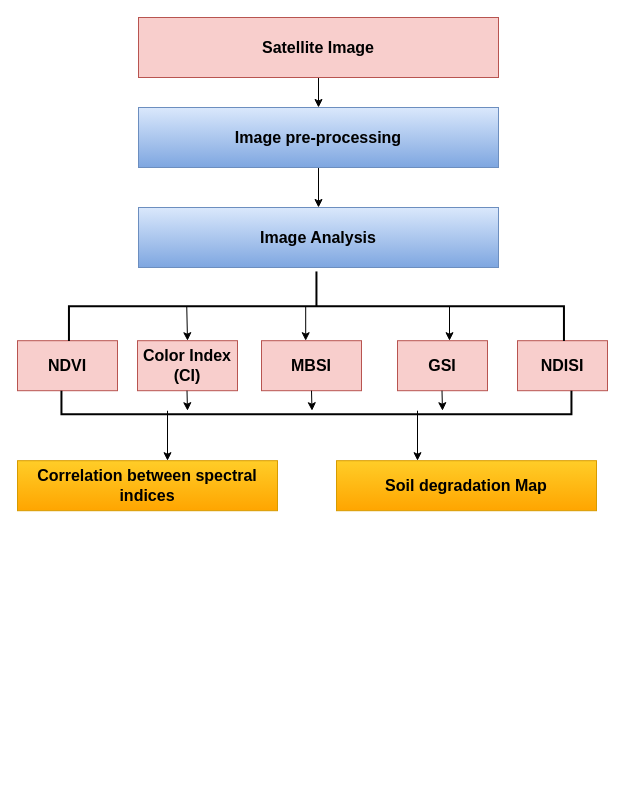
This is Objective2N.drawio from yemioke/PRISMA2020, a draw.io file, before an edit. Source tidied: cells renumbered, new cells numbered last; positions are measured from the earlier drawing's top-left corner, leaving out a move shared by most shapes. Both pictures are drawn from the tidied source at 100%, with x=0, y=0 at pixel (17, 17).
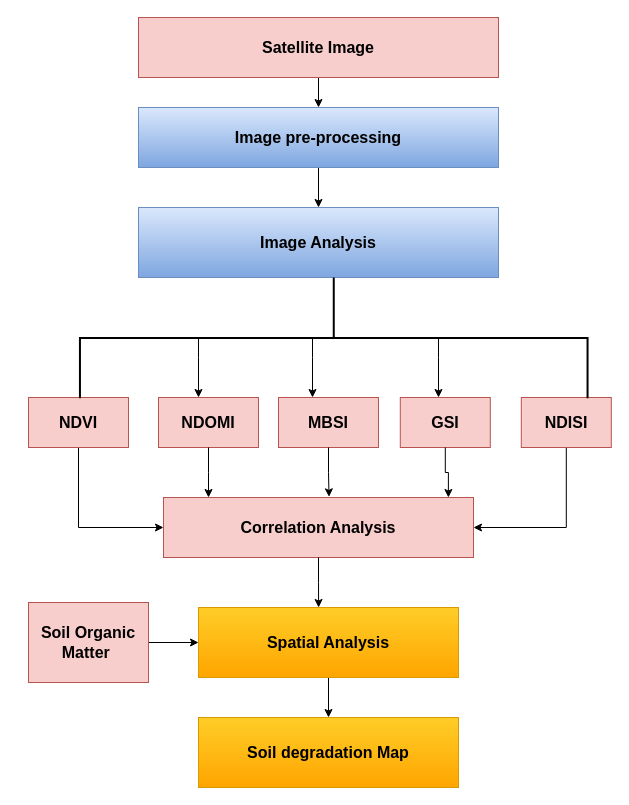
The same diagram, later.

What changed in the source:
```diff
@@
     <mxCell id="6" value="&lt;font style=&quot;font-size: 16px;&quot;&gt;&lt;b&gt;Image Analysis&lt;/b&gt;&lt;/font&gt;" style="rounded=0;whiteSpace=wrap;html=1;fillColor=#dae8fc;strokeColor=#6c8ebf;gradientColor=#7ea6e0;" parent="1" vertex="1">
-      <mxGeometry x="121" y="190" width="360" height="60" as="geometry" />
+      <mxGeometry x="121" y="190" width="360" height="70" as="geometry" />
     </mxCell>
-    <mxCell id="7" value="&lt;font style=&quot;font-size: 16px;&quot;&gt;&lt;b&gt;Color Index (CI)&lt;/b&gt;&lt;/font&gt;" style="rounded=0;whiteSpace=wrap;html=1;fillColor=#f8cecc;strokeColor=#b85450;" parent="1" vertex="1">
-      <mxGeometry x="120" y="323.2" width="100" height="50" as="geometry" />
+    <mxCell id="7" value="&lt;span style=&quot;font-size: 16px;&quot;&gt;&lt;b&gt;NDOMI&lt;/b&gt;&lt;/span&gt;" style="rounded=0;whiteSpace=wrap;html=1;fillColor=#f8cecc;strokeColor=#b85450;" parent="1" vertex="1">
+      <mxGeometry x="141" y="380" width="100" height="50" as="geometry" />
     </mxCell>
+    <mxCell id="24" style="edgeStyle=orthogonalEdgeStyle;rounded=0;jettySize=auto;html=1;exitX=0.5;exitY=1;exitDx=0;exitDy=0;entryX=0;entryY=0.5;entryDx=0;entryDy=0;" parent="1" edge="1" source="8" target="27">
+      <mxGeometry relative="1" as="geometry" />
+    </mxCell>
     <mxCell id="8" value="&lt;font style=&quot;font-size: 16px;&quot;&gt;&lt;b&gt;NDVI&lt;/b&gt;&lt;/font&gt;" style="rounded=0;whiteSpace=wrap;html=1;fillColor=#f8cecc;strokeColor=#b85450;" parent="1" vertex="1">
-      <mxGeometry y="323.2" width="100" height="50" as="geometry" />
+      <mxGeometry x="11" y="380" width="100" height="50" as="geometry" />
     </mxCell>
     <mxCell id="9" value="&lt;font style=&quot;font-size: 16px;&quot;&gt;&lt;b&gt;GSI&lt;/b&gt;&lt;/font&gt;" style="rounded=0;whiteSpace=wrap;html=1;fillColor=#f8cecc;strokeColor=#b85450;" parent="1" vertex="1">
-      <mxGeometry x="380" y="323.2" width="90" height="50" as="geometry" />
+      <mxGeometry x="382.8" y="380" width="90" height="50" as="geometry" />
     </mxCell>
     <mxCell id="10" value="&lt;font style=&quot;font-size: 16px;&quot;&gt;&lt;b&gt;MBSI&lt;/b&gt;&lt;/font&gt;" style="rounded=0;whiteSpace=wrap;html=1;fillColor=#f8cecc;strokeColor=#b85450;" parent="1" vertex="1">
-      <mxGeometry x="244" y="323.2" width="100" height="50" as="geometry" />
+      <mxGeometry x="261" y="380" width="100" height="50" as="geometry" />
     </mxCell>
+    <mxCell id="25" style="edgeStyle=orthogonalEdgeStyle;rounded=0;jettySize=auto;html=1;exitX=0.5;exitY=1;exitDx=0;exitDy=0;entryX=1;entryY=0.5;entryDx=0;entryDy=0;" parent="1" edge="1" source="11" target="27">
+      <mxGeometry relative="1" as="geometry">
+        <Array as="points">
+          <mxPoint x="549" y="510" />
+        </Array>
+      </mxGeometry>
+    </mxCell>
     <mxCell id="11" value="&lt;font style=&quot;font-size: 16px;&quot;&gt;&lt;b&gt;NDISI&lt;/b&gt;&lt;/font&gt;" style="rounded=0;whiteSpace=wrap;html=1;fillColor=#f8cecc;strokeColor=#b85450;" parent="1" vertex="1">
-      <mxGeometry x="500" y="323.2" width="90" height="50" as="geometry" />
+      <mxGeometry x="503.8" y="380" width="90" height="50" as="geometry" />
     </mxCell>
+    <mxCell id="26" style="edgeStyle=orthogonalEdgeStyle;rounded=0;jettySize=auto;html=1;exitX=0.5;exitY=1;exitDx=0;exitDy=0;" parent="1" edge="1" source="12" target="13">
+      <mxGeometry relative="1" as="geometry" />
+    </mxCell>
-    <mxCell id="12" value="&lt;font style=&quot;font-size: 16px;&quot;&gt;&lt;b&gt;Correlation between spectral indices&lt;/b&gt;&lt;/font&gt;" style="rounded=0;whiteSpace=wrap;html=1;fillColor=#ffcd28;strokeColor=#d79b00;gradientColor=#ffa500;" parent="1" vertex="1">
-      <mxGeometry y="443.2" width="260" height="50" as="geometry" />
+    <mxCell id="12" value="&lt;span style=&quot;font-size: 16px;&quot;&gt;&lt;b&gt;Spatial Analysis&lt;/b&gt;&lt;/span&gt;" style="rounded=0;whiteSpace=wrap;html=1;fillColor=#ffcd28;strokeColor=#d79b00;gradientColor=#ffa500;" parent="1" vertex="1">
+      <mxGeometry x="181" y="590" width="260" height="70" as="geometry" />
     </mxCell>
     <mxCell id="13" value="&lt;font style=&quot;font-size: 16px;&quot;&gt;&lt;b&gt;Soil degradation Map&lt;/b&gt;&lt;/font&gt;" style="rounded=0;whiteSpace=wrap;html=1;fillColor=#ffcd28;strokeColor=#d79b00;gradientColor=#ffa500;" parent="1" vertex="1">
-      <mxGeometry x="319" y="443.2" width="260" height="50" as="geometry" />
+      <mxGeometry x="181" y="700" width="260" height="70" as="geometry" />
     </mxCell>
     <mxCell id="14" style="strokeWidth=2;html=1;shape=mxgraph.flowchart.annotation_2;align=left;labelPosition=right;rotation=90;" parent="1" vertex="1">
-      <mxGeometry x="264.2" y="41.2" width="69.5" height="495" as="geometry" />
+      <mxGeometry x="255.9" y="66.6" width="120.7" height="507.6" as="geometry" />
     </mxCell>
-    <mxCell id="15" style="edgeStyle=orthogonalEdgeStyle;rounded=0;jettySize=auto;html=1;exitX=0.509;exitY=0.762;exitDx=0;exitDy=0;exitPerimeter=0;" parent="1" edge="1" source="14">
-      <mxGeometry relative="1" as="geometry">
-        <mxPoint x="170" y="323.2" as="targetPoint" />
-      </mxGeometry>
-    </mxCell>
-    <mxCell id="16" style="strokeWidth=2;html=1;shape=mxgraph.flowchart.annotation_1;align=left;rotation=-90;" parent="1" vertex="1">
-      <mxGeometry x="287.2" y="130" width="23.5" height="510" as="geometry" />
-    </mxCell>
-    <mxCell id="17" style="edgeStyle=orthogonalEdgeStyle;rounded=0;orthogonalLoop=1;jettySize=auto;html=1;exitX=0.5;exitY=1;exitDx=0;exitDy=0;" parent="1" edge="1">
-      <mxGeometry relative="1" as="geometry">
-        <mxPoint x="169.5" y="373.2" as="sourcePoint" />
-        <mxPoint x="170" y="393.2" as="targetPoint" />
-      </mxGeometry>
-    </mxCell>
-    <mxCell id="18" style="edgeStyle=orthogonalEdgeStyle;rounded=0;orthogonalLoop=1;jettySize=auto;html=1;exitX=0.5;exitY=1;exitDx=0;exitDy=0;" parent="1" edge="1">
-      <mxGeometry relative="1" as="geometry">
-        <mxPoint x="294" y="373.2" as="sourcePoint" />
-        <mxPoint x="294.5" y="393.2" as="targetPoint" />
-      </mxGeometry>
-    </mxCell>
-    <mxCell id="19" style="edgeStyle=orthogonalEdgeStyle;rounded=0;orthogonalLoop=1;jettySize=auto;html=1;exitX=0.5;exitY=1;exitDx=0;exitDy=0;" parent="1" edge="1">
-      <mxGeometry relative="1" as="geometry">
-        <mxPoint x="424.5" y="373.2" as="sourcePoint" />
-        <mxPoint x="425" y="393.2" as="targetPoint" />
-      </mxGeometry>
-    </mxCell>
-    <mxCell id="20" style="endArrow=classic;html=1;rounded=0;exitX=0.149;exitY=0.208;exitDx=0;exitDy=0;exitPerimeter=0;" parent="1" edge="1" source="16">
-      <mxGeometry relative="1" as="geometry">
-        <mxPoint x="150" y="443.2" as="targetPoint" />
-      </mxGeometry>
-    </mxCell>
-    <mxCell id="21" style="endArrow=classic;html=1;rounded=0;exitX=0.149;exitY=0.208;exitDx=0;exitDy=0;exitPerimeter=0;" parent="1" edge="1">
-      <mxGeometry relative="1" as="geometry">
-        <mxPoint x="400" y="393.2" as="sourcePoint" />
-        <mxPoint x="400" y="443.2" as="targetPoint" />
-      </mxGeometry>
-    </mxCell>
-    <mxCell id="22" style="edgeStyle=orthogonalEdgeStyle;rounded=0;orthogonalLoop=1;jettySize=auto;html=1;exitX=0.509;exitY=0.762;exitDx=0;exitDy=0;exitPerimeter=0;" parent="1" edge="1">
-      <mxGeometry relative="1" as="geometry">
-        <mxPoint x="431" y="289" as="sourcePoint" />
-        <mxPoint x="432" y="323.2" as="targetPoint" />
-      </mxGeometry>
-    </mxCell>
-    <mxCell id="23" style="edgeStyle=orthogonalEdgeStyle;rounded=0;orthogonalLoop=1;jettySize=auto;html=1;exitX=0.509;exitY=0.762;exitDx=0;exitDy=0;exitPerimeter=0;" parent="1" edge="1">
-      <mxGeometry relative="1" as="geometry">
-        <mxPoint x="287.2" y="289" as="sourcePoint" />
-        <mxPoint x="288.2" y="323.2" as="targetPoint" />
-      </mxGeometry>
-    </mxCell>
+    <mxCell id="27" value="&lt;font style=&quot;font-size: 16px;&quot;&gt;&lt;b&gt;Correlation Analysis&lt;/b&gt;&lt;/font&gt;" style="rounded=0;whiteSpace=wrap;html=1;fillColor=#f8cecc;strokeColor=#b85450;" parent="1" vertex="1">
+      <mxGeometry x="146" y="480" width="310" height="60" as="geometry" />
+    </mxCell>
+    <mxCell id="28" style="edgeStyle=orthogonalEdgeStyle;rounded=0;jettySize=auto;html=1;exitX=0.5;exitY=1;exitDx=0;exitDy=0;entryX=0.919;entryY=0;entryDx=0;entryDy=0;entryPerimeter=0;" parent="1" edge="1" source="9" target="27">
+      <mxGeometry relative="1" as="geometry" />
+    </mxCell>
+    <mxCell id="29" style="edgeStyle=orthogonalEdgeStyle;rounded=0;jettySize=auto;html=1;exitX=0.5;exitY=1;exitDx=0;exitDy=0;entryX=0.534;entryY=-0.011;entryDx=0;entryDy=0;entryPerimeter=0;" parent="1" edge="1" source="10" target="27">
+      <mxGeometry relative="1" as="geometry" />
+    </mxCell>
+    <mxCell id="30" style="edgeStyle=orthogonalEdgeStyle;rounded=0;jettySize=auto;html=1;exitX=0.5;exitY=1;exitDx=0;exitDy=0;" parent="1" edge="1" source="7">
+      <mxGeometry relative="1" as="geometry">
+        <mxPoint x="191" y="480" as="targetPoint" />
+      </mxGeometry>
+    </mxCell>
+    <mxCell id="31" style="endArrow=classic;html=1;rounded=0;" parent="1" edge="1">
+      <mxGeometry relative="1" as="geometry">
+        <mxPoint x="421" y="320" as="sourcePoint" />
+        <mxPoint x="421" y="380" as="targetPoint" />
+        <Array as="points">
+          <mxPoint x="421" y="340" />
+        </Array>
+      </mxGeometry>
+    </mxCell>
+    <mxCell id="32" style="endArrow=classic;html=1;rounded=0;" parent="1" edge="1">
+      <mxGeometry relative="1" as="geometry">
+        <mxPoint x="295" y="320" as="sourcePoint" />
+        <mxPoint x="295" y="380" as="targetPoint" />
+        <Array as="points">
+          <mxPoint x="295" y="340" />
+        </Array>
+      </mxGeometry>
+    </mxCell>
+    <mxCell id="33" style="endArrow=classic;html=1;rounded=0;" parent="1" edge="1">
+      <mxGeometry relative="1" as="geometry">
+        <mxPoint x="181" y="320" as="sourcePoint" />
+        <mxPoint x="181" y="380" as="targetPoint" />
+        <Array as="points">
+          <mxPoint x="181" y="340" />
+        </Array>
+      </mxGeometry>
+    </mxCell>
+    <mxCell id="34" style="edgeStyle=orthogonalEdgeStyle;rounded=0;jettySize=auto;html=1;exitX=0.5;exitY=1;exitDx=0;exitDy=0;entryX=0.462;entryY=0;entryDx=0;entryDy=0;entryPerimeter=0;" parent="1" edge="1" source="27" target="12">
+      <mxGeometry relative="1" as="geometry" />
+    </mxCell>
+    <mxCell id="35" style="edgeStyle=orthogonalEdgeStyle;rounded=0;jettySize=auto;html=1;exitX=1;exitY=0.5;exitDx=0;exitDy=0;" parent="1" edge="1" source="36" target="12">
+      <mxGeometry relative="1" as="geometry" />
+    </mxCell>
+    <mxCell id="36" value="&lt;font style=&quot;font-size: 16px;&quot;&gt;&lt;b&gt;Soil Organic Matter&amp;nbsp;&lt;/b&gt;&lt;/font&gt;" style="rounded=0;whiteSpace=wrap;html=1;fillColor=#f8cecc;strokeColor=#b85450;" parent="1" vertex="1">
+      <mxGeometry x="11" y="585" width="120" height="80" as="geometry" />
+    </mxCell>
```
